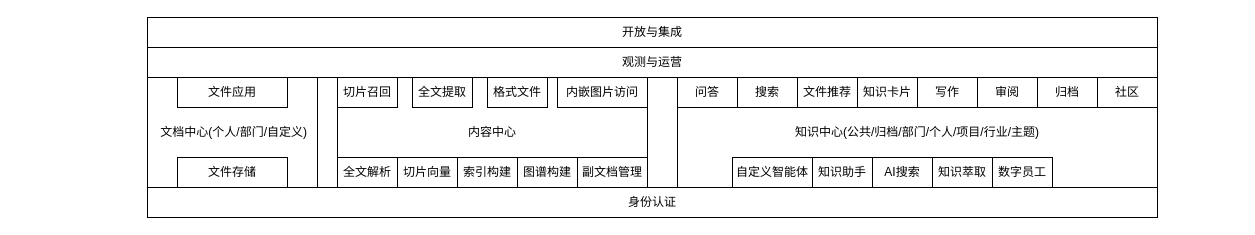
redpoppet/drawio_hub keeps this draw.io diagram as 工作规划.drawio. Above is the earlier version. Source tidied: cells renumbered, new cells numbered last; positions are measured from the earlier drawing's top-left corner, leaving out a move shared by most shapes. Both pictures are drawn from the tidied source at 100%, with x=0, y=0 at pixel (147, 17).
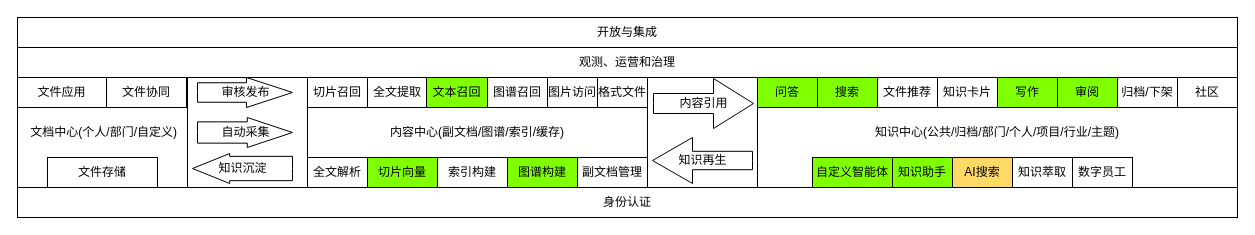
The same page after the edit.

Commit message:
更新工作规划.drawio

Diff of the diagram source:
```diff
@@
     <mxCell id="2" value="&amp;nbsp;文档中心(个人/部门/自定义)" style="rounded=0;whiteSpace=wrap;html=1;" parent="1" vertex="1">
-      <mxGeometry y="60" width="170" height="110" as="geometry" />
+      <mxGeometry x="-130" y="60" width="170" height="110" as="geometry" />
     </mxCell>
-    <mxCell id="3" value="内容中心" style="rounded=0;whiteSpace=wrap;html=1;" parent="1" vertex="1">
-      <mxGeometry x="190" y="60" width="310" height="110" as="geometry" />
+    <mxCell id="3" value="内容中心(副文档/图谱/索引/缓存)" style="rounded=0;whiteSpace=wrap;html=1;" parent="1" vertex="1">
+      <mxGeometry x="160" y="60" width="340" height="110" as="geometry" />
     </mxCell>
     <mxCell id="4" value="知识中心(公共/归档/部门/个人/项目/行业/主题)" style="rounded=0;whiteSpace=wrap;html=1;" parent="1" vertex="1">
-      <mxGeometry x="530" y="60" width="480" height="110" as="geometry" />
+      <mxGeometry x="610" y="60" width="480" height="110" as="geometry" />
     </mxCell>
     <mxCell id="5" value="文件存储" style="rounded=0;whiteSpace=wrap;html=1;" parent="1" vertex="1">
-      <mxGeometry x="30" y="140" width="110" height="30" as="geometry" />
+      <mxGeometry x="-100" y="140" width="110" height="30" as="geometry" />
     </mxCell>
     <mxCell id="6" value="文件应用" style="rounded=0;whiteSpace=wrap;html=1;" parent="1" vertex="1">
-      <mxGeometry x="30" y="60" width="110" height="30" as="geometry" />
+      <mxGeometry x="-130" y="60" width="89" height="30" as="geometry" />
     </mxCell>
     <mxCell id="7" value="全文解析" style="rounded=0;whiteSpace=wrap;html=1;" parent="1" vertex="1">
-      <mxGeometry x="190" y="140" width="60" height="30" as="geometry" />
+      <mxGeometry x="160" y="140" width="60" height="30" as="geometry" />
     </mxCell>
-    <mxCell id="8" value="切片向量" style="rounded=0;whiteSpace=wrap;html=1;" parent="1" vertex="1">
-      <mxGeometry x="250" y="140" width="60" height="30" as="geometry" />
+    <mxCell id="8" value="切片向量" style="rounded=0;whiteSpace=wrap;html=1;fillColor=#80FF00;" parent="1" vertex="1">
+      <mxGeometry x="220" y="140" width="70" height="30" as="geometry" />
     </mxCell>
     <mxCell id="9" value="索引构建" style="rounded=0;whiteSpace=wrap;html=1;" parent="1" vertex="1">
-      <mxGeometry x="310" y="140" width="60" height="30" as="geometry" />
+      <mxGeometry x="290" y="140" width="70" height="30" as="geometry" />
     </mxCell>
-    <mxCell id="10" value="图谱构建" style="rounded=0;whiteSpace=wrap;html=1;" parent="1" vertex="1">
-      <mxGeometry x="370" y="140" width="60" height="30" as="geometry" />
+    <mxCell id="10" value="图谱构建" style="rounded=0;whiteSpace=wrap;html=1;fillColor=#80FF00;" parent="1" vertex="1">
+      <mxGeometry x="360" y="140" width="70" height="30" as="geometry" />
     </mxCell>
@@
     <mxCell id="12" value="切片召回" style="rounded=0;whiteSpace=wrap;html=1;" parent="1" vertex="1">
-      <mxGeometry x="190" y="60" width="60" height="30" as="geometry" />
+      <mxGeometry x="160" y="60" width="60" height="30" as="geometry" />
     </mxCell>
     <mxCell id="13" value="全文提取" style="rounded=0;whiteSpace=wrap;html=1;" parent="1" vertex="1">
-      <mxGeometry x="265" y="60" width="60" height="30" as="geometry" />
+      <mxGeometry x="220" y="60" width="60" height="30" as="geometry" />
     </mxCell>
-    <mxCell id="14" value="格式文件" style="rounded=0;whiteSpace=wrap;html=1;" parent="1" vertex="1">
-      <mxGeometry x="340" y="60" width="60" height="30" as="geometry" />
+    <mxCell id="14" value="格式文件" style="rounded=0;whiteSpace=wrap;html=1;fillColor=#FFFFFF;" parent="1" vertex="1">
+      <mxGeometry x="450" y="60" width="50" height="30" as="geometry" />
     </mxCell>
-    <mxCell id="15" value="内嵌图片访问" style="rounded=0;whiteSpace=wrap;html=1;" parent="1" vertex="1">
-      <mxGeometry x="410" y="60" width="90" height="30" as="geometry" />
+    <mxCell id="15" value="图片访问" style="rounded=0;whiteSpace=wrap;html=1;" parent="1" vertex="1">
+      <mxGeometry x="400" y="60" width="50" height="30" as="geometry" />
     </mxCell>
-    <mxCell id="16" value="知识助手" style="rounded=0;whiteSpace=wrap;html=1;" parent="1" vertex="1">
-      <mxGeometry x="665" y="140" width="60" height="30" as="geometry" />
+    <mxCell id="16" value="知识助手" style="rounded=0;whiteSpace=wrap;html=1;fillColor=#80FF00;" parent="1" vertex="1">
+      <mxGeometry x="745" y="140" width="60" height="30" as="geometry" />
     </mxCell>
-    <mxCell id="17" value="问答" style="rounded=0;whiteSpace=wrap;html=1;" parent="1" vertex="1">
-      <mxGeometry x="530" y="60" width="60" height="30" as="geometry" />
+    <mxCell id="17" value="问答" style="rounded=0;whiteSpace=wrap;html=1;fillColor=#80FF00;" parent="1" vertex="1">
+      <mxGeometry x="610" y="60" width="60" height="30" as="geometry" />
     </mxCell>
-    <mxCell id="18" value="搜索" style="rounded=0;whiteSpace=wrap;html=1;" parent="1" vertex="1">
-      <mxGeometry x="590" y="60" width="60" height="30" as="geometry" />
+    <mxCell id="18" value="搜索" style="rounded=0;whiteSpace=wrap;html=1;fillColor=#80FF00;" parent="1" vertex="1">
+      <mxGeometry x="670" y="60" width="60" height="30" as="geometry" />
     </mxCell>
-    <mxCell id="19" value="AI搜索" style="rounded=0;whiteSpace=wrap;html=1;" parent="1" vertex="1">
-      <mxGeometry x="725" y="140" width="60" height="30" as="geometry" />
+    <mxCell id="19" value="AI搜索" style="rounded=0;whiteSpace=wrap;html=1;fillColor=#FFD966;" parent="1" vertex="1">
+      <mxGeometry x="805" y="140" width="60" height="30" as="geometry" />
     </mxCell>
     <mxCell id="20" value="文件推荐" style="rounded=0;whiteSpace=wrap;html=1;" parent="1" vertex="1">
-      <mxGeometry x="650" y="60" width="60" height="30" as="geometry" />
+      <mxGeometry x="730" y="60" width="60" height="30" as="geometry" />
     </mxCell>
     <mxCell id="21" value="知识萃取" style="rounded=0;whiteSpace=wrap;html=1;" parent="1" vertex="1">
-      <mxGeometry x="785" y="140" width="60" height="30" as="geometry" />
+      <mxGeometry x="865" y="140" width="60" height="30" as="geometry" />
     </mxCell>
     <mxCell id="22" value="知识卡片" style="rounded=0;whiteSpace=wrap;html=1;" parent="1" vertex="1">
-      <mxGeometry x="710" y="60" width="60" height="30" as="geometry" />
+      <mxGeometry x="790" y="60" width="60" height="30" as="geometry" />
     </mxCell>
-    <mxCell id="23" value="写作" style="rounded=0;whiteSpace=wrap;html=1;" parent="1" vertex="1">
-      <mxGeometry x="770" y="60" width="60" height="30" as="geometry" />
+    <mxCell id="23" value="写作" style="rounded=0;whiteSpace=wrap;html=1;fillColor=#80FF00;" parent="1" vertex="1">
+      <mxGeometry x="850" y="60" width="60" height="30" as="geometry" />
     </mxCell>
-    <mxCell id="24" value="审阅" style="rounded=0;whiteSpace=wrap;html=1;" parent="1" vertex="1">
-      <mxGeometry x="830" y="60" width="60" height="30" as="geometry" />
+    <mxCell id="24" value="审阅" style="rounded=0;whiteSpace=wrap;html=1;fillColor=#80FF00;" parent="1" vertex="1">
+      <mxGeometry x="910" y="60" width="60" height="30" as="geometry" />
     </mxCell>
     <mxCell id="25" value="数字员工" style="rounded=0;whiteSpace=wrap;html=1;" parent="1" vertex="1">
-      <mxGeometry x="845" y="140" width="60" height="30" as="geometry" />
+      <mxGeometry x="925" y="140" width="60" height="30" as="geometry" />
     </mxCell>
-    <mxCell id="26" value="归档" style="rounded=0;whiteSpace=wrap;html=1;" parent="1" vertex="1">
-      <mxGeometry x="890" y="60" width="60" height="30" as="geometry" />
+    <mxCell id="26" value="归档/下架" style="rounded=0;whiteSpace=wrap;html=1;" parent="1" vertex="1">
+      <mxGeometry x="970" y="60" width="60" height="30" as="geometry" />
     </mxCell>
-    <mxCell id="27" value="自定义&lt;span style=&quot;background-color: transparent; color: light-dark(rgb(0, 0, 0), rgb(255, 255, 255));&quot;&gt;智能体&lt;/span&gt;" style="rounded=0;whiteSpace=wrap;html=1;" parent="1" vertex="1">
-      <mxGeometry x="585" y="140" width="80" height="30" as="geometry" />
+    <mxCell id="27" value="自定义&lt;span style=&quot;background-color: transparent; color: light-dark(rgb(0, 0, 0), rgb(255, 255, 255));&quot;&gt;智能体&lt;/span&gt;" style="rounded=0;whiteSpace=wrap;html=1;fillColor=#80FF00;" parent="1" vertex="1">
+      <mxGeometry x="665" y="140" width="80" height="30" as="geometry" />
     </mxCell>
     <mxCell id="28" value="身份认证" style="rounded=0;whiteSpace=wrap;html=1;" parent="1" vertex="1">
-      <mxGeometry y="170" width="1010" height="30" as="geometry" />
+      <mxGeometry x="-130" y="170" width="1220" height="30" as="geometry" />
     </mxCell>
     <mxCell id="29" value="开放与集成" style="rounded=0;whiteSpace=wrap;html=1;" parent="1" vertex="1">
-      <mxGeometry width="1010" height="30" as="geometry" />
+      <mxGeometry x="-130" width="1220" height="30" as="geometry" />
     </mxCell>
-    <mxCell id="30" value="观测与运营" style="rounded=0;whiteSpace=wrap;html=1;" parent="1" vertex="1">
-      <mxGeometry y="30" width="1010" height="30" as="geometry" />
+    <mxCell id="30" value="观测、运营和治理" style="rounded=0;whiteSpace=wrap;html=1;" parent="1" vertex="1">
+      <mxGeometry x="-130" y="30" width="1220" height="30" as="geometry" />
     </mxCell>
     <mxCell id="31" value="社区" style="rounded=0;whiteSpace=wrap;html=1;" parent="1" vertex="1">
-      <mxGeometry x="950" y="60" width="60" height="30" as="geometry" />
+      <mxGeometry x="1030" y="60" width="60" height="30" as="geometry" />
     </mxCell>
+    <mxCell id="32" value="文件协同" style="rounded=0;whiteSpace=wrap;html=1;" parent="1" vertex="1">
+      <mxGeometry x="-41" y="60" width="80" height="30" as="geometry" />
+    </mxCell>
+    <mxCell id="33" value="审核发布" style="html=1;shadow=0;dashed=0;align=center;verticalAlign=middle;shape=mxgraph.arrows2.arrow;dy=0.35;dx=46;notch=0;" parent="1" vertex="1">
+      <mxGeometry x="50" y="60" width="95" height="30" as="geometry" />
+    </mxCell>
+    <mxCell id="34" value="自动采集" style="html=1;shadow=0;dashed=0;align=center;verticalAlign=middle;shape=mxgraph.arrows2.arrow;dy=0.29;dx=45.2;notch=0;" parent="1" vertex="1">
+      <mxGeometry x="50" y="100" width="95" height="30" as="geometry" />
+    </mxCell>
+    <mxCell id="35" value="知识再生" style="html=1;shadow=0;dashed=0;align=center;verticalAlign=middle;shape=mxgraph.arrows2.arrow;dy=0.6;dx=40;flipH=1;notch=0;" parent="1" vertex="1">
+      <mxGeometry x="505" y="120" width="100" height="46" as="geometry" />
+    </mxCell>
+    <mxCell id="36" value="知识沉淀" style="html=1;shadow=0;dashed=0;align=center;verticalAlign=middle;shape=mxgraph.arrows2.arrow;dy=0.19;dx=37.2;flipH=1;notch=0;" parent="1" vertex="1">
+      <mxGeometry x="45" y="136" width="100" height="30" as="geometry" />
+    </mxCell>
+    <mxCell id="37" value="内容引用" style="html=1;shadow=0;dashed=0;align=center;verticalAlign=middle;shape=mxgraph.arrows2.arrow;dy=0.6;dx=40;notch=0;" parent="1" vertex="1">
+      <mxGeometry x="506" y="61" width="100" height="50" as="geometry" />
+    </mxCell>
+    <mxCell id="38" value="文本召回" style="rounded=0;whiteSpace=wrap;html=1;fillColor=#80FF00;" parent="1" vertex="1">
+      <mxGeometry x="279" y="60" width="61" height="30" as="geometry" />
+    </mxCell>
+    <mxCell id="39" value="图谱召回" style="rounded=0;whiteSpace=wrap;html=1;" parent="1" vertex="1">
+      <mxGeometry x="340" y="60" width="60" height="30" as="geometry" />
+    </mxCell>
```
